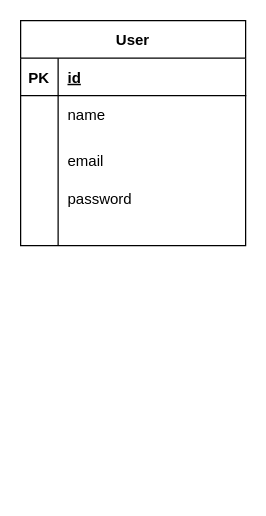
This is architecture/db.drawio from ISAWASHUN/laravel-ec-site, a draw.io file, before an edit. Source tidied: cells renumbered, new cells numbered last; positions are measured from the earlier drawing's top-left corner, leaving out a move shared by most shapes. Both pictures are drawn from the tidied source at 125%, with x=0, y=0 at pixel (20, 20).
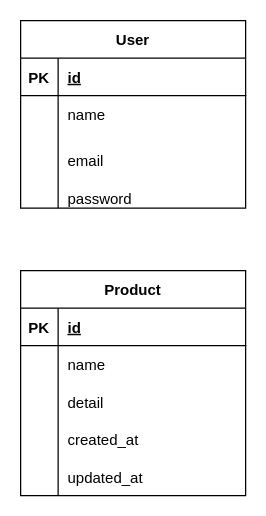
The same diagram, later.

Commit message:
Productテーブルの作成

Change to the diagram source:
```diff
@@
     <mxCell id="2" value="User" style="shape=table;startSize=30;childLayout=tableLayout;rowLines=0;fontStyle=1;align=center;" parent="1" vertex="1">
-      <mxGeometry width="180" height="180" as="geometry" />
+      <mxGeometry width="180" height="150" as="geometry" />
     </mxCell>
@@
+    <mxCell id="18" value="Product" style="shape=table;startSize=30;childLayout=tableLayout;rowLines=0;fontStyle=1;align=center;" parent="1" vertex="1">
+      <mxGeometry y="200" width="180" height="180" as="geometry" />
+    </mxCell>
+    <mxCell id="19" style="shape=tableRow;horizontal=0;startSize=0;swimlaneHead=0;swimlaneBody=0;fillColor=none;top=0;left=0;right=0;bottom=1;" parent="18" vertex="1">
+      <mxGeometry y="30" width="180" height="30" as="geometry" />
+    </mxCell>
+    <mxCell id="20" value="PK" style="shape=partialRectangle;fillColor=none;top=0;left=0;bottom=0;right=0;fontStyle=1;overflow=hidden;" parent="19" vertex="1">
+      <mxGeometry width="30" height="30" as="geometry" />
+    </mxCell>
+    <mxCell id="21" value="id" style="shape=partialRectangle;fillColor=none;top=0;left=0;bottom=0;right=0;align=left;spacingLeft=6;fontStyle=5;overflow=hidden;" parent="19" vertex="1">
+      <mxGeometry x="30" width="150" height="30" as="geometry" />
+    </mxCell>
+    <mxCell id="22" style="shape=tableRow;horizontal=0;startSize=0;swimlaneHead=0;swimlaneBody=0;fillColor=none;top=0;left=0;right=0;bottom=0;" parent="18" vertex="1">
+      <mxGeometry y="60" width="180" height="30" as="geometry" />
+    </mxCell>
+    <mxCell id="23" style="shape=partialRectangle;fillColor=none;top=0;left=0;bottom=0;right=0;overflow=hidden;" parent="22" vertex="1">
+      <mxGeometry width="30" height="30" as="geometry" />
+    </mxCell>
+    <mxCell id="24" value="name" style="shape=partialRectangle;fillColor=none;top=0;left=0;bottom=0;right=0;align=left;spacingLeft=6;overflow=hidden;" parent="22" vertex="1">
+      <mxGeometry x="30" width="150" height="30" as="geometry" />
+    </mxCell>
+    <mxCell id="25" style="shape=tableRow;horizontal=0;startSize=0;swimlaneHead=0;swimlaneBody=0;fillColor=none;top=0;left=0;right=0;bottom=0;" parent="18" vertex="1">
+      <mxGeometry y="90" width="180" height="30" as="geometry" />
+    </mxCell>
+    <mxCell id="26" style="shape=partialRectangle;fillColor=none;top=0;left=0;bottom=0;right=0;overflow=hidden;" parent="25" vertex="1">
+      <mxGeometry width="30" height="30" as="geometry" />
+    </mxCell>
+    <mxCell id="27" value="detail" style="shape=partialRectangle;fillColor=none;top=0;left=0;bottom=0;right=0;align=left;spacingLeft=6;overflow=hidden;" parent="25" vertex="1">
+      <mxGeometry x="30" width="150" height="30" as="geometry" />
+    </mxCell>
+    <mxCell id="28" style="shape=tableRow;horizontal=0;startSize=0;swimlaneHead=0;swimlaneBody=0;fillColor=none;top=0;left=0;right=0;bottom=0;" parent="18" vertex="1">
+      <mxGeometry y="120" width="180" height="30" as="geometry" />
+    </mxCell>
+    <mxCell id="29" style="shape=partialRectangle;fillColor=none;top=0;left=0;bottom=0;right=0;overflow=hidden;" parent="28" vertex="1">
+      <mxGeometry width="30" height="30" as="geometry" />
+    </mxCell>
+    <mxCell id="30" value="created_at" style="shape=partialRectangle;fillColor=none;top=0;left=0;bottom=0;right=0;align=left;spacingLeft=6;overflow=hidden;" parent="28" vertex="1">
+      <mxGeometry x="30" width="150" height="30" as="geometry" />
+    </mxCell>
-    <mxCell id="15" style="shape=tableRow;horizontal=0;startSize=0;swimlaneHead=0;swimlaneBody=0;fillColor=none;top=0;left=0;right=0;bottom=0;" parent="2" vertex="1">
+    <mxCell id="15" style="shape=tableRow;horizontal=0;startSize=0;swimlaneHead=0;swimlaneBody=0;fillColor=none;top=0;left=0;right=0;bottom=0;" parent="18" vertex="1">
       <mxGeometry y="150" width="180" height="30" as="geometry" />
     </mxCell>
-    <mxCell id="16" style="shape=partialRectangle;fillColor=none;top=0;left=0;bottom=0;right=0;overflow=hidden;" parent="15" vertex="1">
-      <mxGeometry width="30" height="30" as="geometry" />
-    </mxCell>
-    <mxCell id="17" style="shape=partialRectangle;fillColor=none;top=0;left=0;bottom=0;right=0;align=left;spacingLeft=6;overflow=hidden;" parent="15" vertex="1">
-      <mxGeometry x="30" width="150" height="30" as="geometry" />
-    </mxCell>
+    <mxCell id="31" style="shape=partialRectangle;fillColor=none;top=0;left=0;bottom=0;right=0;overflow=hidden;" parent="15" vertex="1">
+      <mxGeometry width="30" height="30" as="geometry" />
+    </mxCell>
+    <mxCell id="32" value="updated_at" style="shape=partialRectangle;fillColor=none;top=0;left=0;bottom=0;right=0;align=left;spacingLeft=6;overflow=hidden;" parent="15" vertex="1">
+      <mxGeometry x="30" width="150" height="30" as="geometry" />
+    </mxCell>
```
